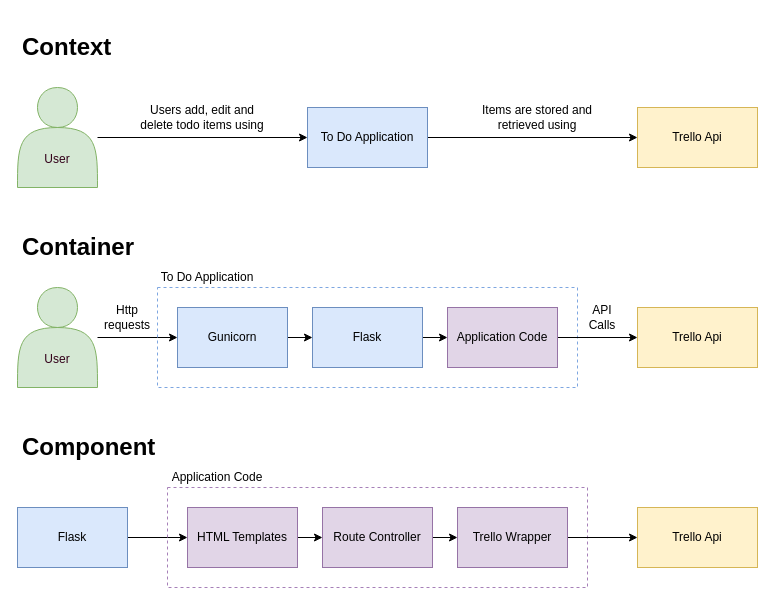
CharlieCumber1/DevOps-Course-Starter-Module-3 keeps this draw.io diagram as docs/diagrams.drawio. Above is the earlier version. Source tidied: cells renumbered, new cells numbered last; positions are measured from the earlier drawing's top-left corner, leaving out a move shared by most shapes. Both pictures are drawn from the tidied source at 100%, with x=0, y=0 at pixel (17, 27).
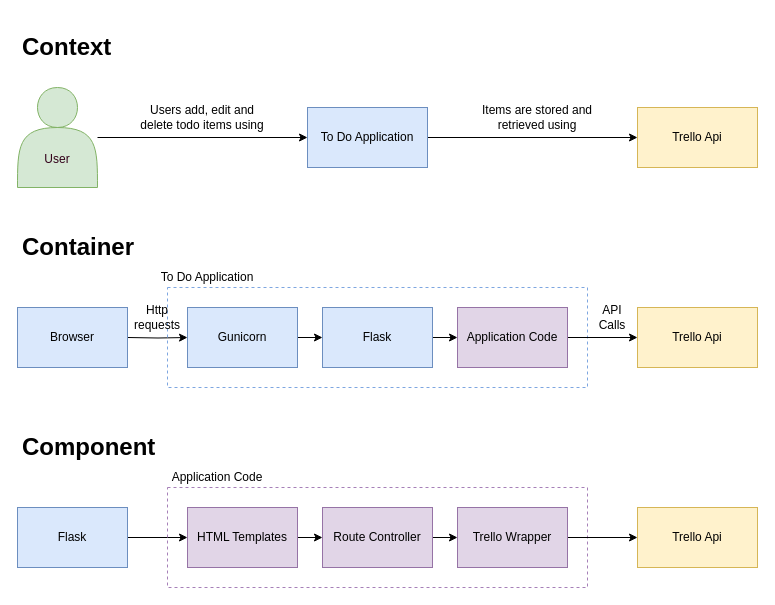
The same page after the edit.

What changed in the source:
```diff
@@
-    <mxCell id="12" style="edgeStyle=orthogonalEdgeStyle;rounded=0;jettySize=auto;html=1;startArrow=none;startFill=0;fontColor=#33001A;" parent="1" edge="1" source="13" target="17">
-      <mxGeometry relative="1" as="geometry" />
+    <mxCell id="12" style="edgeStyle=orthogonalEdgeStyle;rounded=0;jettySize=auto;html=1;startArrow=none;startFill=0;fontColor=#33001A;" parent="1" edge="1" target="17">
+      <mxGeometry relative="1" as="geometry">
+        <mxPoint x="110" y="310" as="sourcePoint" />
+      </mxGeometry>
     </mxCell>
-    <mxCell id="13" value="&lt;br&gt;&lt;br&gt;&lt;br&gt;&lt;font color=&quot;#33001a&quot;&gt;User&lt;/font&gt;" style="shape=actor;whiteSpace=wrap;html=1;fillColor=#d5e8d4;strokeColor=#82b366;" parent="1" vertex="1">
-      <mxGeometry y="260" width="80" height="100" as="geometry" />
-    </mxCell>
     <mxCell id="14" style="rounded=0;whiteSpace=wrap;html=1;fontColor=#33001A;fillColor=none;dashed=1;strokeColor=#7EA6E0;" parent="1" vertex="1">
-      <mxGeometry x="140" y="260" width="420" height="100" as="geometry" />
+      <mxGeometry x="150" y="260" width="420" height="100" as="geometry" />
     </mxCell>
@@
     <mxCell id="17" value="Gunicorn" style="rounded=0;whiteSpace=wrap;html=1;strokeColor=#6c8ebf;fillColor=#dae8fc;fontColor=#000000;" parent="1" vertex="1">
-      <mxGeometry x="160" y="280" width="110" height="60" as="geometry" />
+      <mxGeometry x="170" y="280" width="110" height="60" as="geometry" />
     </mxCell>
@@
     <mxCell id="19" value="Application Code" style="rounded=0;whiteSpace=wrap;html=1;strokeColor=#9673a6;fillColor=#e1d5e7;fontColor=#000000;" parent="1" vertex="1">
-      <mxGeometry x="430" y="280" width="110" height="60" as="geometry" />
+      <mxGeometry x="440" y="280" width="110" height="60" as="geometry" />
     </mxCell>
@@
     <mxCell id="21" value="Flask" style="rounded=0;whiteSpace=wrap;html=1;strokeColor=#6c8ebf;fillColor=#dae8fc;fontColor=#000000;" parent="1" vertex="1">
-      <mxGeometry x="295" y="280" width="110" height="60" as="geometry" />
+      <mxGeometry x="305" y="280" width="110" height="60" as="geometry" />
     </mxCell>
@@
     <mxCell id="23" value="Http requests" style="text;html=1;strokeColor=none;fillColor=none;align=center;verticalAlign=middle;whiteSpace=wrap;rounded=0;" parent="1" vertex="1">
-      <mxGeometry x="80" y="280" width="60" height="20" as="geometry" />
+      <mxGeometry x="110" y="280" width="60" height="20" as="geometry" />
     </mxCell>
     <mxCell id="24" value="API Calls" style="text;html=1;strokeColor=none;fillColor=none;align=center;verticalAlign=middle;whiteSpace=wrap;rounded=0;" parent="1" vertex="1">
-      <mxGeometry x="560" y="280" width="50" height="20" as="geometry" />
+      <mxGeometry x="570" y="280" width="50" height="20" as="geometry" />
     </mxCell>
@@
+    <mxCell id="37" value="Browser" style="rounded=0;whiteSpace=wrap;html=1;strokeColor=#6c8ebf;fillColor=#dae8fc;fontColor=#000000;" parent="1" vertex="1">
+      <mxGeometry y="280" width="110" height="60" as="geometry" />
+    </mxCell>
```
